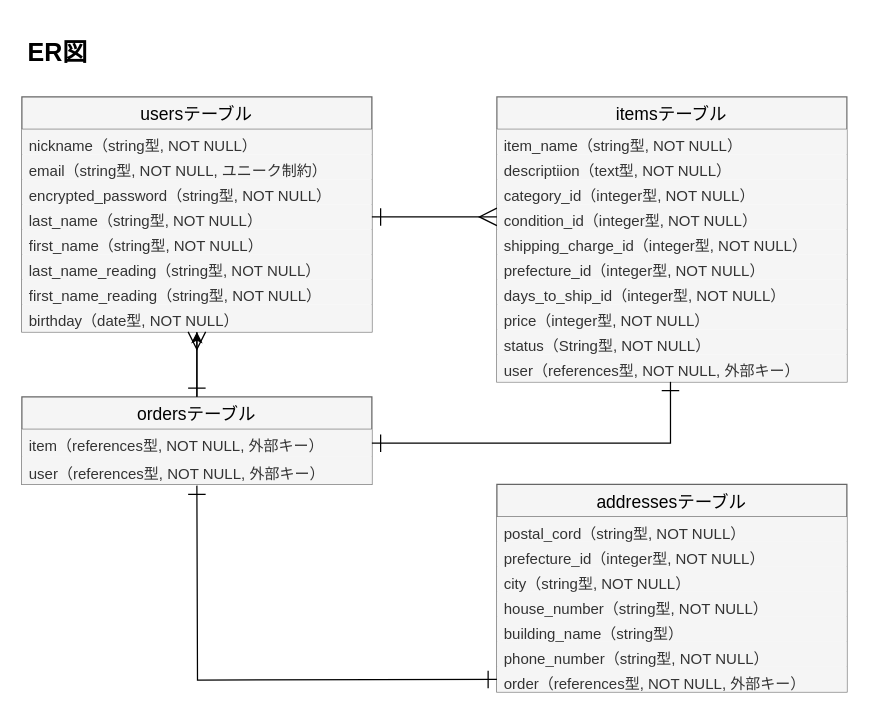
This is test.dio from yassboss/furima-37030, a draw.io file, before an edit. Source tidied: cells renumbered, new cells numbered last; positions are measured from the earlier drawing's top-left corner, leaving out a move shared by most shapes. Both pictures are drawn from the tidied source at 125%, with x=0, y=0 at pixel (21, 34).
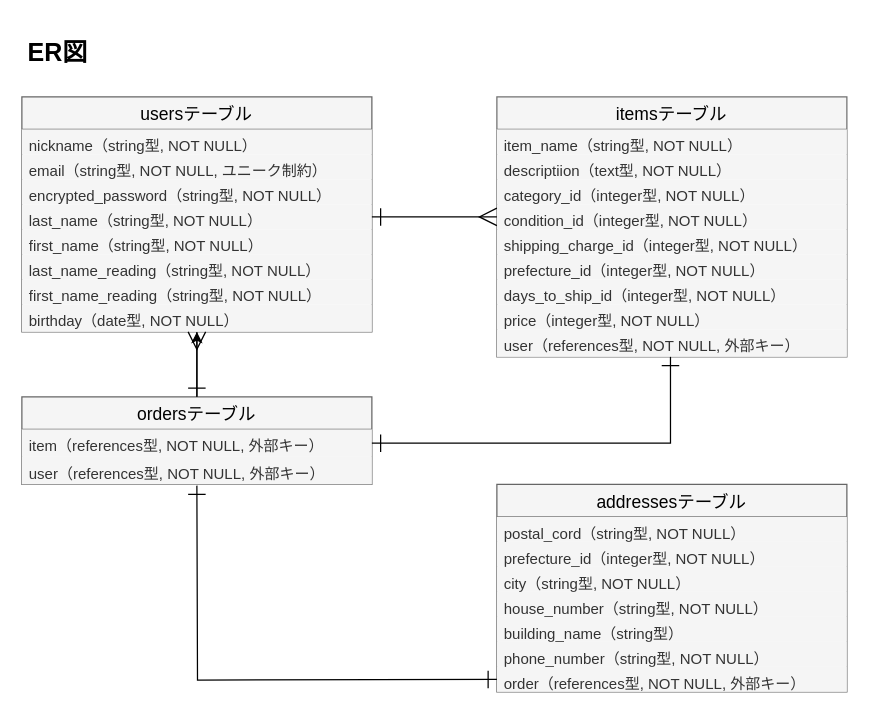
After the change.

Commit message (it also covers changes not shown here):
データベース設計修正２

Change to the diagram source:
```diff
@@
     <mxCell id="2" value="itemsテーブル" style="swimlane;fontStyle=0;horizontal=1;startSize=26;align=center;fontSize=14;fillColor=#f5f5f5;strokeColor=#707070;fontColor=#000000;" parent="1" vertex="1">
-      <mxGeometry x="380" y="50" width="280" height="228" as="geometry" />
+      <mxGeometry x="380" y="50" width="280" height="208" as="geometry" />
     </mxCell>
@@
-    <mxCell id="11" value="status（String型, NOT NULL）" style="text;fillColor=#f5f5f5;spacingLeft=4;spacingRight=4;overflow=hidden;fontSize=12;fontColor=#333333;" parent="2" vertex="1">
-      <mxGeometry y="186" width="280" height="20" as="geometry" />
-    </mxCell>
     <mxCell id="12" value="user（references型, NOT NULL, 外部キー）" style="text;fillColor=#f5f5f5;spacingLeft=4;spacingRight=4;overflow=hidden;points=[[0,0.5],[1,0.5]];portConstraint=eastwest;fontSize=12;fontColor=#333333;" parent="2" vertex="1">
-      <mxGeometry y="206" width="280" height="22" as="geometry" />
+      <mxGeometry y="186" width="280" height="22" as="geometry" />
     </mxCell>
```
